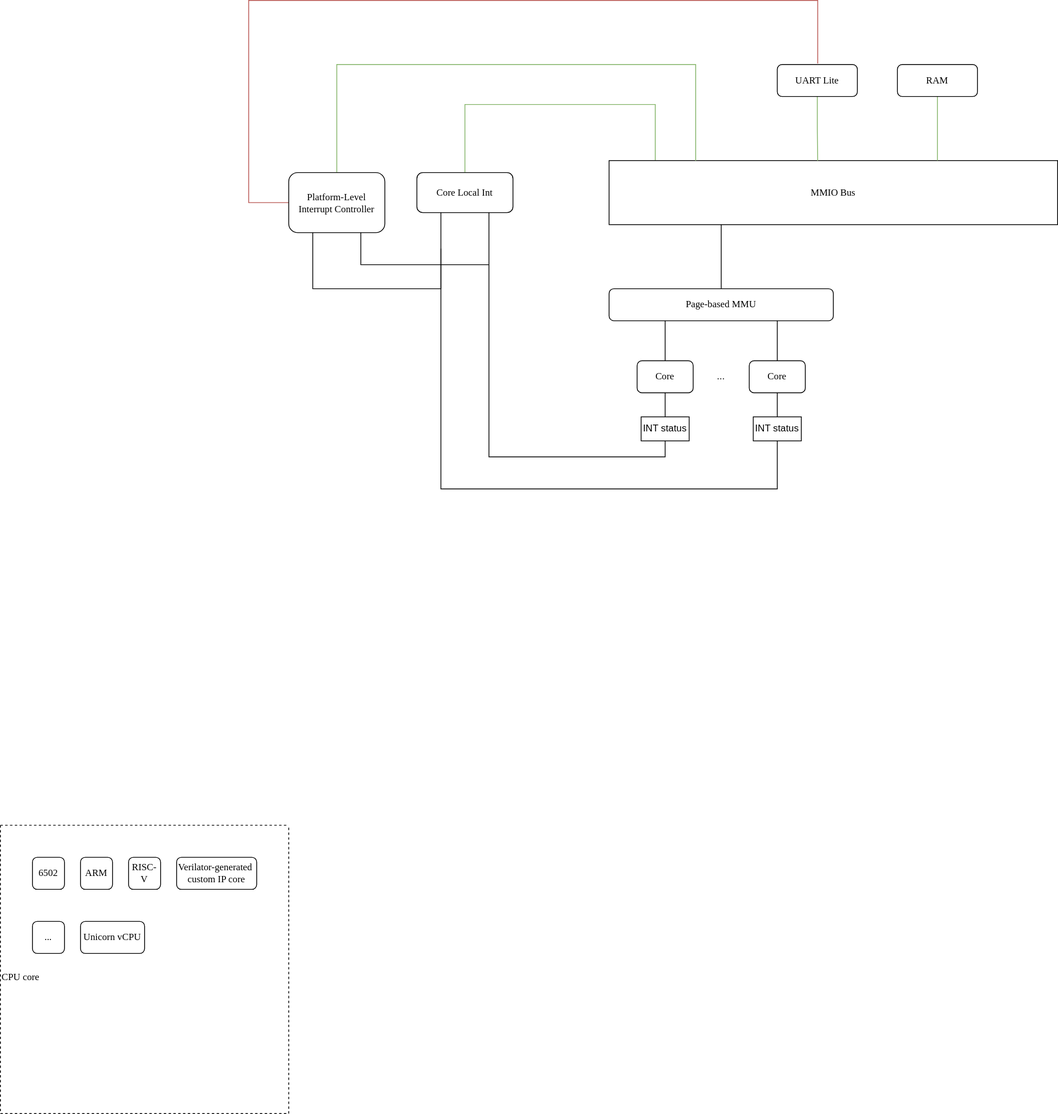
Earlier version of the draw.io export me-emu.svg (DreamChaser-luzeyu/M-EMU). Source tidied: cells renumbered, new cells last; positions are measured from the earlier drawing's top-left corner, leaving out a move shared by most shapes.
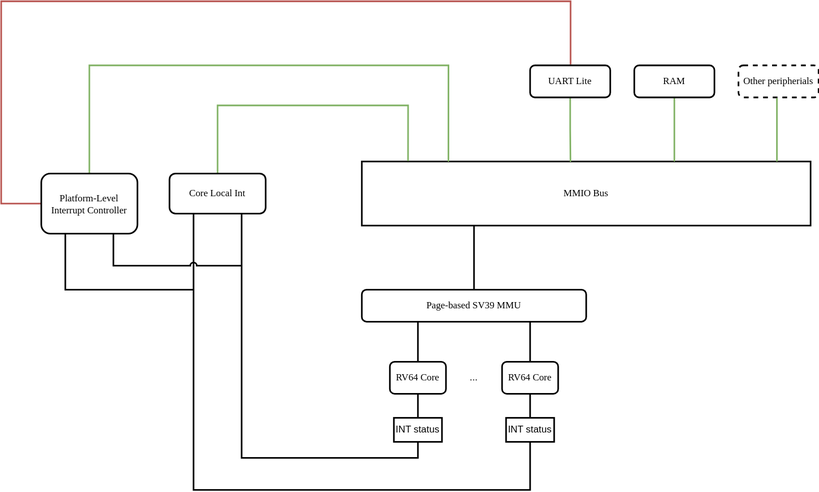
Above is the later version.

Commit message:
更新文档与设计图

Change to the diagram source:
```diff
@@ -2,67 +2,43 @@
   <root>
     <mxCell id="0" />
     <mxCell id="1" parent="0" />
-    <mxCell id="2" style="edgeStyle=orthogonalEdgeStyle;rounded=0;jettySize=auto;html=1;exitX=0.25;exitY=1;exitDx=0;exitDy=0;endArrow=none;endFill=0;" parent="1" edge="1" source="3" target="4">
+    <mxCell id="2" style="edgeStyle=orthogonalEdgeStyle;rounded=0;jettySize=auto;html=1;exitX=0.25;exitY=1;exitDx=0;exitDy=0;endArrow=none;endFill=0;strokeWidth=2;" parent="1" edge="1" source="3" target="4">
       <mxGeometry relative="1" as="geometry" />
     </mxCell>
-    <mxCell id="3" value="&lt;font face=&quot;Lucida Console&quot;&gt;MMIO Bus&lt;/font&gt;" style="rounded=0;whiteSpace=wrap;html=1;" parent="1" vertex="1">
+    <mxCell id="3" value="&lt;font face=&quot;Lucida Console&quot;&gt;MMIO Bus&lt;/font&gt;" style="rounded=0;whiteSpace=wrap;html=1;strokeWidth=2;" parent="1" vertex="1">
       <mxGeometry x="760" y="200" width="560" height="80" as="geometry" />
     </mxCell>
-    <mxCell id="4" value="Page-based MMU" style="rounded=1;whiteSpace=wrap;html=1;fontFamily=Lucida Console;" parent="1" vertex="1">
+    <mxCell id="4" value="Page-based SV39 MMU" style="rounded=1;whiteSpace=wrap;html=1;fontFamily=Lucida Console;strokeWidth=2;" parent="1" vertex="1">
       <mxGeometry x="760" y="360" width="280" height="40" as="geometry" />
     </mxCell>
-    <mxCell id="5" style="swimlane;startSize=0;dashed=1;" parent="1" vertex="1">
-      <mxGeometry y="1030" width="360" height="360" as="geometry" />
-    </mxCell>
-    <mxCell id="6" value="CPU core" style="text;html=1;strokeColor=none;fillColor=none;align=left;verticalAlign=middle;whiteSpace=wrap;rounded=0;fontFamily=Lucida Console;" parent="5" vertex="1">
-      <mxGeometry y="180" width="80" height="20" as="geometry" />
-    </mxCell>
-    <mxCell id="7" value="ARM" style="rounded=1;whiteSpace=wrap;html=1;fontFamily=Lucida Console;" parent="5" vertex="1">
-      <mxGeometry x="100" y="40" width="40" height="40" as="geometry" />
-    </mxCell>
-    <mxCell id="8" value="6502" style="rounded=1;whiteSpace=wrap;html=1;fontFamily=Lucida Console;" parent="5" vertex="1">
-      <mxGeometry x="40" y="40" width="40" height="40" as="geometry" />
-    </mxCell>
-    <mxCell id="9" value="RISC-V" style="rounded=1;whiteSpace=wrap;html=1;fontFamily=Lucida Console;" parent="5" vertex="1">
-      <mxGeometry x="160" y="40" width="40" height="40" as="geometry" />
-    </mxCell>
-    <mxCell id="10" value="..." style="rounded=1;whiteSpace=wrap;html=1;fontFamily=Lucida Console;" parent="5" vertex="1">
-      <mxGeometry x="40" y="120" width="40" height="40" as="geometry" />
-    </mxCell>
-    <mxCell id="11" value="Verilator-generated&amp;nbsp;&lt;br&gt;custom IP core" style="rounded=1;whiteSpace=wrap;html=1;fontFamily=Lucida Console;" parent="5" vertex="1">
-      <mxGeometry x="220" y="40" width="100" height="40" as="geometry" />
-    </mxCell>
-    <mxCell id="12" value="Unicorn vCPU" style="rounded=1;whiteSpace=wrap;html=1;fontFamily=Lucida Console;" parent="5" vertex="1">
-      <mxGeometry x="100" y="120" width="80" height="40" as="geometry" />
-    </mxCell>
-    <mxCell id="13" style="edgeStyle=orthogonalEdgeStyle;rounded=0;jettySize=auto;html=1;exitX=0.5;exitY=0;exitDx=0;exitDy=0;entryX=0.25;entryY=1;entryDx=0;entryDy=0;endArrow=none;endFill=0;" parent="1" edge="1" source="14" target="4">
+    <mxCell id="13" style="edgeStyle=orthogonalEdgeStyle;rounded=0;jettySize=auto;html=1;exitX=0.5;exitY=0;exitDx=0;exitDy=0;entryX=0.25;entryY=1;entryDx=0;entryDy=0;endArrow=none;endFill=0;strokeWidth=2;" parent="1" edge="1" source="14" target="4">
       <mxGeometry relative="1" as="geometry" />
     </mxCell>
-    <mxCell id="14" value="Core" style="rounded=1;whiteSpace=wrap;html=1;fontFamily=Lucida Console;" parent="1" vertex="1">
+    <mxCell id="14" value="RV64 Core" style="rounded=1;whiteSpace=wrap;html=1;fontFamily=Lucida Console;strokeWidth=2;" parent="1" vertex="1">
       <mxGeometry x="795" y="450" width="70" height="40" as="geometry" />
     </mxCell>
-    <mxCell id="15" style="edgeStyle=orthogonalEdgeStyle;rounded=0;jettySize=auto;html=1;exitX=0.5;exitY=0;exitDx=0;exitDy=0;entryX=0.75;entryY=1;entryDx=0;entryDy=0;endArrow=none;endFill=0;" parent="1" edge="1" source="16" target="4">
+    <mxCell id="15" style="edgeStyle=orthogonalEdgeStyle;rounded=0;jettySize=auto;html=1;exitX=0.5;exitY=0;exitDx=0;exitDy=0;entryX=0.75;entryY=1;entryDx=0;entryDy=0;endArrow=none;endFill=0;strokeWidth=2;" parent="1" edge="1" source="16" target="4">
       <mxGeometry relative="1" as="geometry" />
     </mxCell>
-    <mxCell id="16" value="Core" style="rounded=1;whiteSpace=wrap;html=1;fontFamily=Lucida Console;" parent="1" vertex="1">
+    <mxCell id="16" value="RV64 Core" style="rounded=1;whiteSpace=wrap;html=1;fontFamily=Lucida Console;strokeWidth=2;" parent="1" vertex="1">
       <mxGeometry x="935" y="450" width="70" height="40" as="geometry" />
     </mxCell>
-    <mxCell id="17" style="edgeStyle=orthogonalEdgeStyle;rounded=0;jettySize=auto;html=1;exitX=0.5;exitY=0;exitDx=0;exitDy=0;entryX=0.5;entryY=1;entryDx=0;entryDy=0;endArrow=none;endFill=0;" parent="1" edge="1" source="19" target="14">
+    <mxCell id="17" style="edgeStyle=orthogonalEdgeStyle;rounded=0;jettySize=auto;html=1;exitX=0.5;exitY=0;exitDx=0;exitDy=0;entryX=0.5;entryY=1;entryDx=0;entryDy=0;endArrow=none;endFill=0;strokeWidth=2;" parent="1" edge="1" source="19" target="14">
       <mxGeometry relative="1" as="geometry" />
     </mxCell>
-    <mxCell id="18" style="edgeStyle=orthogonalEdgeStyle;rounded=0;jettySize=auto;html=1;exitX=0.5;exitY=1;exitDx=0;exitDy=0;endArrow=none;endFill=0;entryX=0.75;entryY=1;entryDx=0;entryDy=0;" parent="1" edge="1" source="19" target="25">
+    <mxCell id="18" style="edgeStyle=orthogonalEdgeStyle;rounded=0;jettySize=auto;html=1;exitX=0.5;exitY=1;exitDx=0;exitDy=0;endArrow=none;endFill=0;entryX=0.75;entryY=1;entryDx=0;entryDy=0;jumpStyle=arc;strokeWidth=2;" parent="1" edge="1" source="19" target="25">
       <mxGeometry relative="1" as="geometry" />
     </mxCell>
-    <mxCell id="19" value="INT status" style="rounded=0;whiteSpace=wrap;html=1;" parent="1" vertex="1">
+    <mxCell id="19" value="INT status" style="rounded=0;whiteSpace=wrap;html=1;strokeWidth=2;" parent="1" vertex="1">
       <mxGeometry x="800" y="520" width="60" height="30" as="geometry" />
     </mxCell>
     <mxCell id="20" value="..." style="text;html=1;strokeColor=none;fillColor=none;align=center;verticalAlign=middle;whiteSpace=wrap;rounded=0;" parent="1" vertex="1">
       <mxGeometry x="870" y="455" width="60" height="30" as="geometry" />
     </mxCell>
-    <mxCell id="21" style="edgeStyle=orthogonalEdgeStyle;rounded=0;jettySize=auto;html=1;exitX=0.5;exitY=0;exitDx=0;exitDy=0;endArrow=none;endFill=0;" parent="1" edge="1" source="23" target="16">
+    <mxCell id="21" style="edgeStyle=orthogonalEdgeStyle;rounded=0;jettySize=auto;html=1;exitX=0.5;exitY=0;exitDx=0;exitDy=0;endArrow=none;endFill=0;strokeWidth=2;" parent="1" edge="1" source="23" target="16">
       <mxGeometry relative="1" as="geometry" />
     </mxCell>
-    <mxCell id="22" style="edgeStyle=orthogonalEdgeStyle;rounded=0;jettySize=auto;html=1;exitX=0.5;exitY=1;exitDx=0;exitDy=0;entryX=0.25;entryY=1;entryDx=0;entryDy=0;endArrow=none;endFill=0;" parent="1" edge="1" source="23" target="25">
+    <mxCell id="22" style="edgeStyle=orthogonalEdgeStyle;rounded=0;jettySize=auto;html=1;exitX=0.5;exitY=1;exitDx=0;exitDy=0;entryX=0.25;entryY=1;entryDx=0;entryDy=0;endArrow=none;endFill=0;jumpStyle=arc;strokeWidth=2;" parent="1" edge="1" source="23" target="25">
       <mxGeometry relative="1" as="geometry">
         <Array as="points">
           <mxPoint x="970" y="610" />
@@ -70,10 +46,10 @@
         </Array>
       </mxGeometry>
     </mxCell>
-    <mxCell id="23" value="INT status" style="rounded=0;whiteSpace=wrap;html=1;" parent="1" vertex="1">
+    <mxCell id="23" value="INT status" style="rounded=0;whiteSpace=wrap;html=1;strokeWidth=2;" parent="1" vertex="1">
       <mxGeometry x="940" y="520" width="60" height="30" as="geometry" />
     </mxCell>
-    <mxCell id="24" style="edgeStyle=orthogonalEdgeStyle;rounded=0;jettySize=auto;html=1;exitX=0.5;exitY=0;exitDx=0;exitDy=0;entryX=0.103;entryY=-0.006;entryDx=0;entryDy=0;entryPerimeter=0;endArrow=none;endFill=0;fillColor=#d5e8d4;strokeColor=#82b366;" parent="1" edge="1" source="25" target="3">
+    <mxCell id="24" style="edgeStyle=orthogonalEdgeStyle;rounded=0;jettySize=auto;html=1;exitX=0.5;exitY=0;exitDx=0;exitDy=0;entryX=0.103;entryY=-0.006;entryDx=0;entryDy=0;entryPerimeter=0;endArrow=none;endFill=0;fillColor=#d5e8d4;strokeColor=#82b366;strokeWidth=2;" parent="1" edge="1" source="25" target="3">
       <mxGeometry relative="1" as="geometry">
         <Array as="points">
           <mxPoint x="580" y="130" />
@@ -81,10 +57,10 @@
         </Array>
       </mxGeometry>
     </mxCell>
-    <mxCell id="25" value="Core Local Int" style="rounded=1;whiteSpace=wrap;html=1;fontFamily=Lucida Console;" parent="1" vertex="1">
+    <mxCell id="25" value="Core Local Int" style="rounded=1;whiteSpace=wrap;html=1;fontFamily=Lucida Console;strokeWidth=2;" parent="1" vertex="1">
       <mxGeometry x="520" y="215" width="120" height="50" as="geometry" />
     </mxCell>
-    <mxCell id="26" style="edgeStyle=orthogonalEdgeStyle;rounded=0;jettySize=auto;html=1;exitX=0.5;exitY=0;exitDx=0;exitDy=0;entryX=0.193;entryY=0.003;entryDx=0;entryDy=0;entryPerimeter=0;endArrow=none;endFill=0;fillColor=#d5e8d4;strokeColor=#82b366;" parent="1" edge="1" source="29" target="3">
+    <mxCell id="26" style="edgeStyle=orthogonalEdgeStyle;rounded=0;jettySize=auto;html=1;exitX=0.5;exitY=0;exitDx=0;exitDy=0;entryX=0.193;entryY=0.003;entryDx=0;entryDy=0;entryPerimeter=0;endArrow=none;endFill=0;fillColor=#d5e8d4;strokeColor=#82b366;strokeWidth=2;" parent="1" edge="1" source="29" target="3">
       <mxGeometry relative="1" as="geometry">
         <Array as="points">
           <mxPoint x="420" y="80" />
@@ -92,16 +68,16 @@
         </Array>
       </mxGeometry>
     </mxCell>
-    <mxCell id="27" style="edgeStyle=orthogonalEdgeStyle;rounded=0;jettySize=auto;html=1;exitX=0.25;exitY=1;exitDx=0;exitDy=0;endArrow=none;endFill=0;" parent="1" edge="1" source="29">
+    <mxCell id="27" style="edgeStyle=orthogonalEdgeStyle;rounded=0;jettySize=auto;html=1;exitX=0.25;exitY=1;exitDx=0;exitDy=0;endArrow=none;endFill=0;jumpStyle=arc;strokeWidth=2;" parent="1" edge="1" source="29">
       <mxGeometry relative="1" as="geometry">
-        <mxPoint x="550" y="310" as="targetPoint" />
+        <mxPoint x="550" y="360" as="targetPoint" />
         <Array as="points">
           <mxPoint x="390" y="360" />
           <mxPoint x="550" y="360" />
         </Array>
       </mxGeometry>
     </mxCell>
-    <mxCell id="28" style="edgeStyle=orthogonalEdgeStyle;rounded=0;jettySize=auto;html=1;entryX=0.505;entryY=-0.028;entryDx=0;entryDy=0;entryPerimeter=0;endArrow=none;endFill=0;fillColor=#f8cecc;strokeColor=#b85450;" parent="1" edge="1" source="29" target="31">
+    <mxCell id="28" style="edgeStyle=orthogonalEdgeStyle;rounded=0;jettySize=auto;html=1;entryX=0.505;entryY=-0.028;entryDx=0;entryDy=0;entryPerimeter=0;endArrow=none;endFill=0;fillColor=#f8cecc;strokeColor=#b85450;strokeWidth=2;" parent="1" edge="1" source="29" target="31">
       <mxGeometry relative="1" as="geometry">
         <Array as="points">
           <mxPoint x="310" y="253" />
@@ -110,34 +86,44 @@
         </Array>
       </mxGeometry>
     </mxCell>
-    <mxCell id="29" value="Platform-Level Interrupt Controller" style="rounded=1;whiteSpace=wrap;html=1;fontFamily=Lucida Console;" parent="1" vertex="1">
+    <mxCell id="29" value="Platform-Level Interrupt Controller" style="rounded=1;whiteSpace=wrap;html=1;fontFamily=Lucida Console;strokeWidth=2;" parent="1" vertex="1">
       <mxGeometry x="360" y="215" width="120" height="75" as="geometry" />
     </mxCell>
-    <mxCell id="30" style="edgeStyle=orthogonalEdgeStyle;rounded=0;jettySize=auto;html=1;exitX=0.5;exitY=1;exitDx=0;exitDy=0;entryX=0.465;entryY=0.004;entryDx=0;entryDy=0;entryPerimeter=0;endArrow=none;endFill=0;fillColor=#d5e8d4;strokeColor=#82b366;" parent="1" edge="1" source="31" target="3">
+    <mxCell id="30" style="edgeStyle=orthogonalEdgeStyle;rounded=0;jettySize=auto;html=1;exitX=0.5;exitY=1;exitDx=0;exitDy=0;entryX=0.465;entryY=0.004;entryDx=0;entryDy=0;entryPerimeter=0;endArrow=none;endFill=0;fillColor=#d5e8d4;strokeColor=#82b366;strokeWidth=2;" parent="1" edge="1" source="31" target="3">
       <mxGeometry relative="1" as="geometry" />
     </mxCell>
-    <mxCell id="31" value="UART Lite" style="rounded=1;whiteSpace=wrap;html=1;fontFamily=Lucida Console;" parent="1" vertex="1">
+    <mxCell id="31" value="UART Lite" style="rounded=1;whiteSpace=wrap;html=1;fontFamily=Lucida Console;strokeWidth=2;" parent="1" vertex="1">
       <mxGeometry x="970" y="80" width="100" height="40" as="geometry" />
     </mxCell>
-    <mxCell id="32" style="edgeStyle=orthogonalEdgeStyle;rounded=0;jettySize=auto;html=1;exitX=0.75;exitY=1;exitDx=0;exitDy=0;endArrow=none;endFill=0;jumpStyle=arc;" parent="1" edge="1" source="29">
+    <mxCell id="32" style="edgeStyle=orthogonalEdgeStyle;rounded=0;jettySize=auto;html=1;exitX=0.75;exitY=1;exitDx=0;exitDy=0;endArrow=none;endFill=0;jumpStyle=arc;strokeWidth=2;" parent="1" edge="1" source="29">
       <mxGeometry relative="1" as="geometry">
         <mxPoint x="610" y="330" as="targetPoint" />
         <Array as="points">
           <mxPoint x="450" y="330" />
-          <mxPoint x="610" y="330" />
         </Array>
       </mxGeometry>
     </mxCell>
-    <mxCell id="33" style="edgeStyle=orthogonalEdgeStyle;rounded=0;jettySize=auto;html=1;endArrow=none;endFill=0;fillColor=#d5e8d4;strokeColor=#82b366;" parent="1" edge="1" source="34" target="3">
+    <mxCell id="33" style="edgeStyle=orthogonalEdgeStyle;rounded=0;jettySize=auto;html=1;endArrow=none;endFill=0;fillColor=#d5e8d4;strokeColor=#82b366;strokeWidth=2;" parent="1" edge="1" source="34" target="3">
       <mxGeometry relative="1" as="geometry">
         <Array as="points">
-          <mxPoint x="1170" y="190" />
-          <mxPoint x="1170" y="190" />
+          <mxPoint x="1150" y="150" />
+          <mxPoint x="1150" y="150" />
         </Array>
       </mxGeometry>
     </mxCell>
-    <mxCell id="34" value="RAM" style="rounded=1;whiteSpace=wrap;html=1;fontFamily=Lucida Console;" parent="1" vertex="1">
-      <mxGeometry x="1120" y="80" width="100" height="40" as="geometry" />
+    <mxCell id="34" value="RAM" style="rounded=1;whiteSpace=wrap;html=1;fontFamily=Lucida Console;strokeWidth=2;" parent="1" vertex="1">
+      <mxGeometry x="1100" y="80" width="100" height="40" as="geometry" />
     </mxCell>
+    <mxCell id="35" value="Other peripherials" style="rounded=1;whiteSpace=wrap;html=1;fontFamily=Lucida Console;dashed=1;strokeWidth=2;" parent="1" vertex="1">
+      <mxGeometry x="1230" y="80" width="100" height="40" as="geometry" />
+    </mxCell>
+    <mxCell id="36" style="edgeStyle=orthogonalEdgeStyle;rounded=0;jettySize=auto;html=1;endArrow=none;endFill=0;fillColor=#d5e8d4;strokeColor=#82b366;exitX=0.48;exitY=1.025;exitDx=0;exitDy=0;exitPerimeter=0;strokeWidth=2;" parent="1" edge="1" source="35">
+      <mxGeometry relative="1" as="geometry">
+        <mxPoint x="1278" y="200" as="targetPoint" />
+        <Array as="points">
+          <mxPoint x="1278" y="200" />
+        </Array>
+      </mxGeometry>
+    </mxCell>
   </root>
 </mxGraphModel>
```
